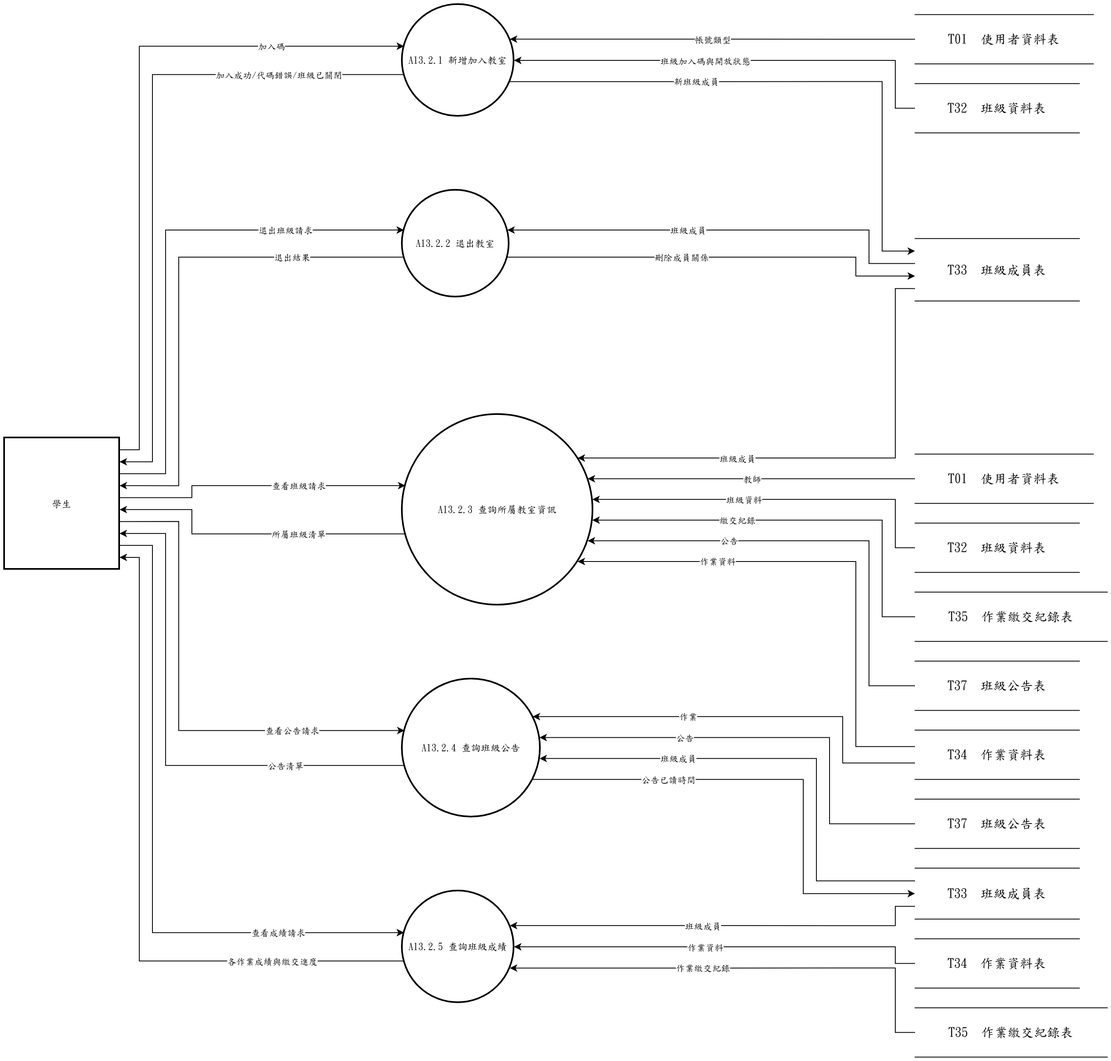
The draw.io diagram 系統文件/第6章/DFD圖/圖13/圖13-2.drawio.png in s22452007/115502, before a commit. Source tidied: cells renumbered, new cells last; positions are measured from the earlier drawing's top-left corner, leaving out a move shared by most shapes.
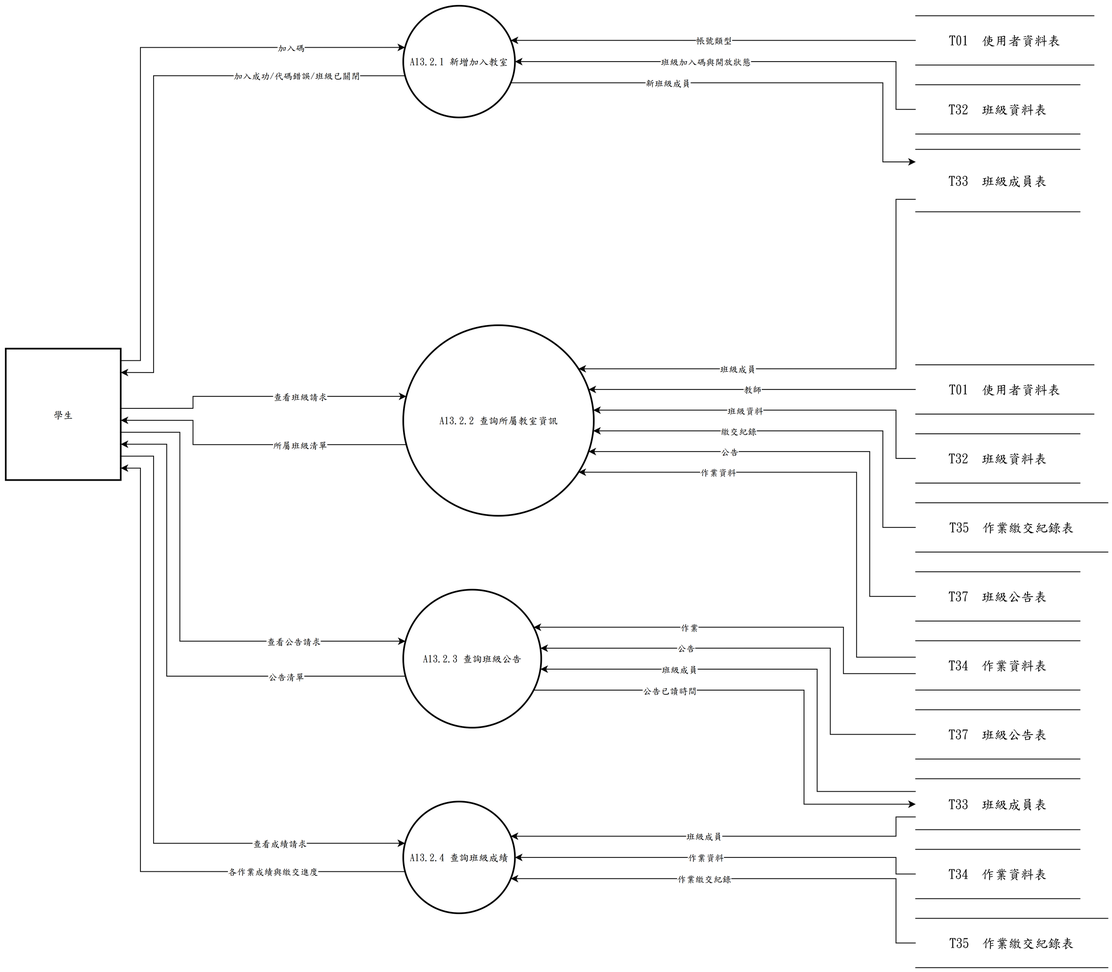
After the change.

Change to the diagram source:
```diff
@@ -3,28 +3,25 @@
     <mxCell id="0" />
     <mxCell id="1" parent="0" />
     <mxCell id="2" value="A13.2.1 新增加入教室" style="ellipse;strokeWidth=2;whiteSpace=wrap;html=1;fontFamily=標楷體;" parent="1" vertex="1">
-      <mxGeometry x="484" width="136" height="136" as="geometry" />
+      <mxGeometry x="484" y="110" width="136" height="136" as="geometry" />
     </mxCell>
-    <mxCell id="3" value="A13.2.2 退出教室" style="ellipse;strokeWidth=2;whiteSpace=wrap;html=1;fontFamily=標楷體;" parent="1" vertex="1">
-      <mxGeometry x="484" y="226" width="130" height="130" as="geometry" />
-    </mxCell>
-    <mxCell id="4" value="A13.2.3 查詢所屬教室資訊" style="ellipse;strokeWidth=2;whiteSpace=wrap;html=1;fontFamily=標楷體;" parent="1" vertex="1">
+    <mxCell id="4" value="A13.2.2 查詢所屬教室資訊" style="ellipse;strokeWidth=2;whiteSpace=wrap;html=1;fontFamily=標楷體;" parent="1" vertex="1">
       <mxGeometry x="484" y="499" width="232" height="232" as="geometry" />
     </mxCell>
-    <mxCell id="5" value="A13.2.4 查詢班級公告" style="ellipse;strokeWidth=2;whiteSpace=wrap;html=1;fontFamily=標楷體;" parent="1" vertex="1">
+    <mxCell id="5" value="A13.2.3 查詢班級公告" style="ellipse;strokeWidth=2;whiteSpace=wrap;html=1;fontFamily=標楷體;" parent="1" vertex="1">
       <mxGeometry x="484" y="821" width="168" height="168" as="geometry" />
     </mxCell>
-    <mxCell id="6" value="A13.2.5 查詢班級成績" style="ellipse;strokeWidth=2;whiteSpace=wrap;html=1;fontFamily=標楷體;" parent="1" vertex="1">
+    <mxCell id="6" value="A13.2.4 查詢班級成績" style="ellipse;strokeWidth=2;whiteSpace=wrap;html=1;fontFamily=標楷體;" parent="1" vertex="1">
       <mxGeometry x="484" y="1079" width="136" height="136" as="geometry" />
     </mxCell>
     <mxCell id="7" value="學生" style="whiteSpace=wrap;strokeWidth=2;html=1;fontFamily=標楷體;" parent="1" vertex="1">
       <mxGeometry y="527.5" width="140" height="160" as="geometry" />
     </mxCell>
     <mxCell id="8" value="T01  使用者資料表" style="shape=partialRectangle;whiteSpace=wrap;html=1;left=0;right=0;fontFamily=標楷體;fontSize=16;" parent="1" vertex="1">
-      <mxGeometry x="1108" y="12.2" width="217" height="60" as="geometry" />
+      <mxGeometry x="1108" y="122.2" width="217" height="60" as="geometry" />
     </mxCell>
     <mxCell id="9" value="T32  班級資料表" style="shape=partialRectangle;whiteSpace=wrap;html=1;left=0;right=0;fontFamily=標楷體;fontSize=16;" parent="1" vertex="1">
-      <mxGeometry x="1108" y="96.2" width="200" height="60" as="geometry" />
+      <mxGeometry x="1108" y="206.2" width="200" height="60" as="geometry" />
     </mxCell>
     <mxCell id="10" value="T33  班級成員表" style="shape=partialRectangle;whiteSpace=wrap;html=1;left=0;right=0;fontFamily=標楷體;fontSize=16;" parent="1" vertex="1">
       <mxGeometry x="1108" y="284.9" width="200" height="76" as="geometry" />
@@ -60,7 +57,7 @@
       <mxGeometry relative="1" as="geometry">
         <Array as="points">
           <mxPoint x="164" y="542" />
-          <mxPoint x="164" y="50.8" />
+          <mxPoint x="164" y="160.8" />
         </Array>
       </mxGeometry>
     </mxCell>
@@ -70,8 +67,8 @@
     <mxCell id="22" style="edgeStyle=none;rounded=0;html=1;fontFamily=標楷體;endArrow=classic;exitX=0.0000;exitY=0.5000;exitDx=0;exitDy=0;exitPerimeter=0;entryX=1.0000;entryY=0.5000;entryDx=0;entryDy=0;entryPerimeter=0;" parent="1" edge="1" source="9" target="2">
       <mxGeometry relative="1" as="geometry">
         <Array as="points">
-          <mxPoint x="1084" y="126.2" />
-          <mxPoint x="1084" y="68" />
+          <mxPoint x="1084" y="236.2" />
+          <mxPoint x="1084" y="178" />
         </Array>
       </mxGeometry>
     </mxCell>
@@ -87,7 +84,7 @@
     <mxCell id="26" style="edgeStyle=none;rounded=0;html=1;fontFamily=標楷體;endArrow=classic;exitX=0.0163;exitY=0.6267;exitDx=0;exitDy=0;exitPerimeter=0;entryX=1.0000;entryY=0.1818;entryDx=0;entryDy=0;entryPerimeter=0;" parent="1" edge="1" source="2" target="7">
       <mxGeometry relative="1" as="geometry">
         <Array as="points">
-          <mxPoint x="180" y="85.2" />
+          <mxPoint x="180" y="195.2" />
           <mxPoint x="180" y="556.6" />
         </Array>
       </mxGeometry>
@@ -98,7 +95,7 @@
     <mxCell id="28" style="edgeStyle=none;rounded=0;html=1;fontFamily=標楷體;endArrow=classic;exitX=0.9625;exitY=0.6900;exitDx=0;exitDy=0;exitPerimeter=0;entryX=0.0000;entryY=0.2000;entryDx=0;entryDy=0;entryPerimeter=0;" parent="1" edge="1" source="2" target="10">
       <mxGeometry relative="1" as="geometry">
         <Array as="points">
-          <mxPoint x="1068" y="93.8" />
+          <mxPoint x="1068" y="203.8" />
           <mxPoint x="1068" y="300.1" />
         </Array>
       </mxGeometry>
@@ -106,50 +103,6 @@
     <mxCell id="29" value="新班級成員" style="edgeLabel;html=1;align=center;verticalAlign=middle;fontFamily=標楷體;" parent="28" vertex="1">
       <mxGeometry x="-0.35" relative="1" as="geometry" />
     </mxCell>
-    <mxCell id="30" style="edgeStyle=none;rounded=0;html=1;fontFamily=標楷體;endArrow=classic;exitX=1.0000;exitY=0.2727;exitDx=0;exitDy=0;exitPerimeter=0;entryX=0.0163;entryY=0.3733;entryDx=0;entryDy=0;entryPerimeter=0;" parent="1" edge="1" source="7" target="3">
-      <mxGeometry relative="1" as="geometry">
-        <Array as="points">
-          <mxPoint x="196" y="571.1" />
-          <mxPoint x="196" y="274.5" />
-        </Array>
-      </mxGeometry>
-    </mxCell>
-    <mxCell id="31" value="退出班級請求" style="edgeLabel;html=1;align=center;verticalAlign=middle;fontFamily=標楷體;" parent="30" vertex="1">
-      <mxGeometry x="0.55" relative="1" as="geometry" />
-    </mxCell>
-    <mxCell id="32" style="edgeStyle=none;rounded=0;html=1;fontFamily=標楷體;endArrow=classic;exitX=0.0000;exitY=0.4000;exitDx=0;exitDy=0;exitPerimeter=0;entryX=0.9837;entryY=0.3733;entryDx=0;entryDy=0;entryPerimeter=0;" parent="1" edge="1" source="10" target="3">
-      <mxGeometry relative="1" as="geometry">
-        <Array as="points">
-          <mxPoint x="1052" y="315.3" />
-          <mxPoint x="1052" y="274.5" />
-        </Array>
-      </mxGeometry>
-    </mxCell>
-    <mxCell id="33" value="班級成員" style="edgeLabel;html=1;align=center;verticalAlign=middle;fontFamily=標楷體;" parent="32" vertex="1">
-      <mxGeometry x="0.18" relative="1" as="geometry" />
-    </mxCell>
-    <mxCell id="34" style="edgeStyle=none;rounded=0;html=1;fontFamily=標楷體;endArrow=classic;exitX=0.0163;exitY=0.6267;exitDx=0;exitDy=0;exitPerimeter=0;entryX=1.0000;entryY=0.3636;entryDx=0;entryDy=0;entryPerimeter=0;" parent="1" edge="1" source="3" target="7">
-      <mxGeometry relative="1" as="geometry">
-        <Array as="points">
-          <mxPoint x="212" y="307.5" />
-          <mxPoint x="212" y="585.7" />
-        </Array>
-      </mxGeometry>
-    </mxCell>
-    <mxCell id="35" value="退出結果" style="edgeLabel;html=1;align=center;verticalAlign=middle;fontFamily=標楷體;" parent="34" vertex="1">
-      <mxGeometry x="-0.56" relative="1" as="geometry" />
-    </mxCell>
-    <mxCell id="36" style="edgeStyle=none;rounded=0;html=1;fontFamily=標楷體;endArrow=classic;exitX=0.9837;exitY=0.6267;exitDx=0;exitDy=0;exitPerimeter=0;entryX=0.0000;entryY=0.6000;entryDx=0;entryDy=0;entryPerimeter=0;" parent="1" edge="1" source="3" target="10">
-      <mxGeometry relative="1" as="geometry">
-        <Array as="points">
-          <mxPoint x="1036" y="307.5" />
-          <mxPoint x="1036" y="330.5" />
-        </Array>
-      </mxGeometry>
-    </mxCell>
-    <mxCell id="37" value="刪除成員關係" style="edgeLabel;html=1;align=center;verticalAlign=middle;fontFamily=標楷體;" parent="36" vertex="1">
-      <mxGeometry x="-0.18" relative="1" as="geometry" />
-    </mxCell>
     <mxCell id="38" style="edgeStyle=none;rounded=0;html=1;fontFamily=標楷體;endArrow=classic;exitX=1.0000;exitY=0.4545;exitDx=0;exitDy=0;exitPerimeter=0;entryX=0.0163;entryY=0.3733;entryDx=0;entryDy=0;entryPerimeter=0;" parent="1" edge="1" source="7" target="4">
       <mxGeometry relative="1" as="geometry">
         <Array as="points">
```
